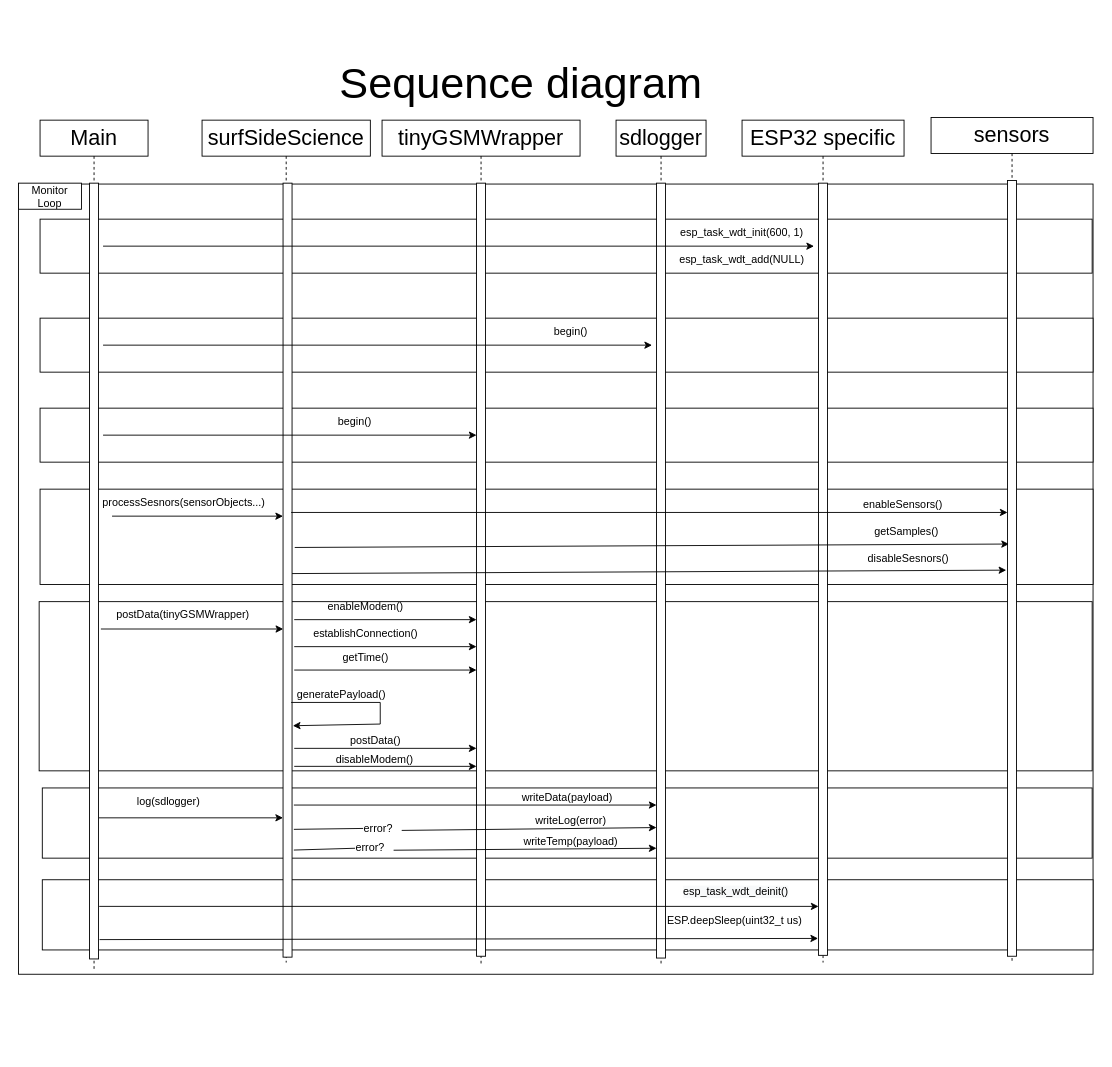
SeanDBrrr/SurfSideScienceSensors keeps this draw.io diagram as page "sequence diagram" (6 of 11) of docs/Software architecture.drawio. Above is the earlier version. Source tidied: cells renumbered, new cells numbered last; positions are measured from the earlier drawing's top-left corner, leaving out a move shared by most shapes. Both pictures are drawn from the tidied source at 90%, with x=0, y=0 at pixel (18, 69).
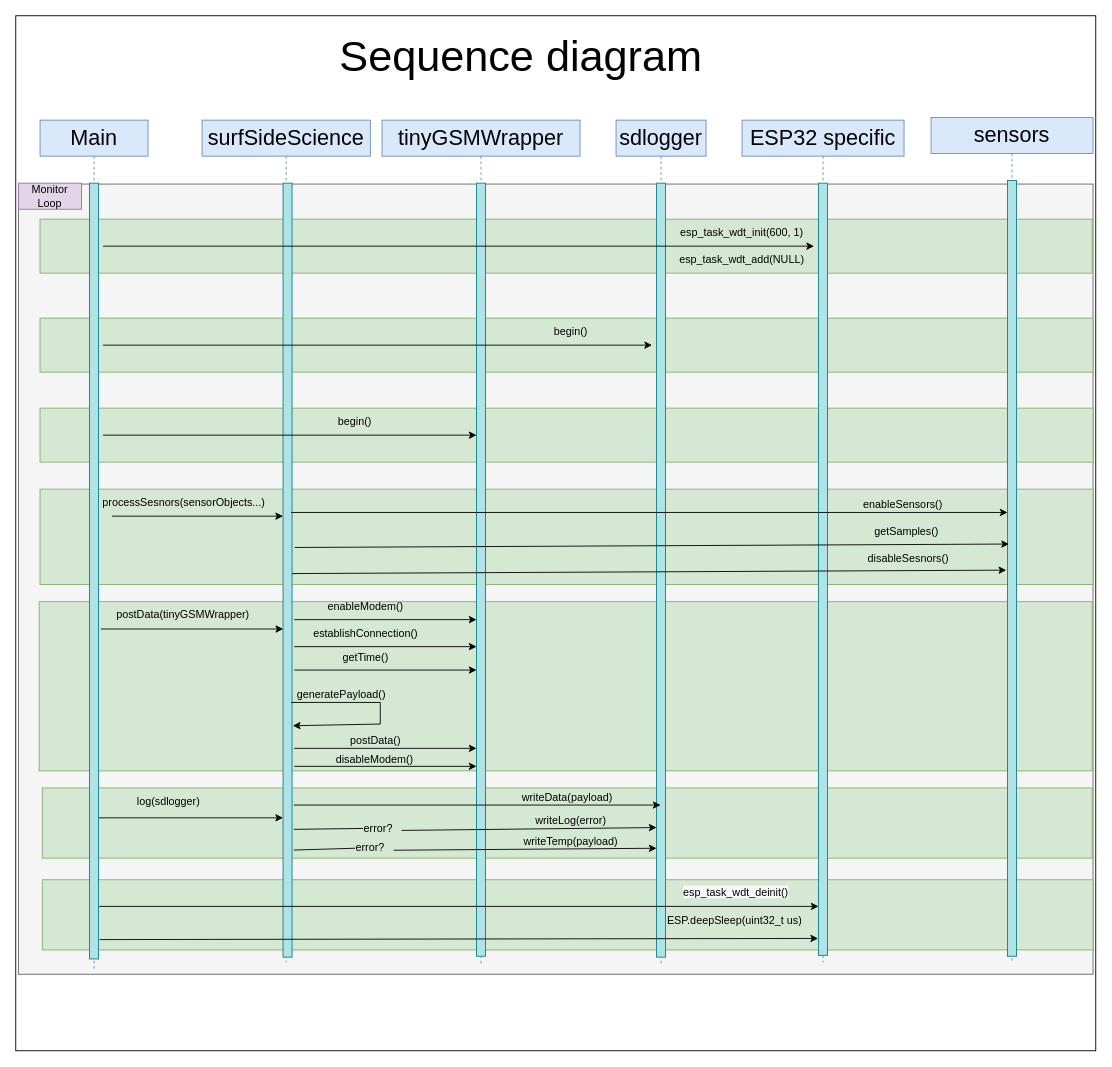
The same diagram, later.

Diff of the diagram source:
```diff
@@
+    <mxCell id="69" style="rounded=0;whiteSpace=wrap;html=1;fontSize=14;" parent="1" vertex="1">
+      <mxGeometry x="-3" y="-60" width="1200" height="1150" as="geometry" />
+    </mxCell>
-    <mxCell id="2" style="rounded=0;whiteSpace=wrap;html=1;" parent="1" vertex="1">
+    <mxCell id="2" style="rounded=0;whiteSpace=wrap;html=1;fillColor=#f5f5f5;strokeColor=#666666;fontColor=#333333;" parent="1" vertex="1">
       <mxGeometry y="127" width="1194" height="878" as="geometry" />
     </mxCell>
-    <mxCell id="3" style="rounded=0;whiteSpace=wrap;html=1;" parent="1" vertex="1">
+    <mxCell id="3" style="rounded=0;whiteSpace=wrap;html=1;fillColor=#d5e8d4;strokeColor=#82b366;" parent="1" vertex="1">
       <mxGeometry x="23" y="591" width="1170" height="188" as="geometry" />
     </mxCell>
-    <mxCell id="4" style="rounded=0;whiteSpace=wrap;html=1;" parent="1" vertex="1">
+    <mxCell id="4" style="rounded=0;whiteSpace=wrap;html=1;fillColor=#d5e8d4;strokeColor=#82b366;" parent="1" vertex="1">
       <mxGeometry x="26.5" y="900" width="1167.5" height="78" as="geometry" />
     </mxCell>
-    <mxCell id="5" style="rounded=0;whiteSpace=wrap;html=1;" parent="1" vertex="1">
+    <mxCell id="5" style="rounded=0;whiteSpace=wrap;html=1;fillColor=#d5e8d4;strokeColor=#82b366;" parent="1" vertex="1">
       <mxGeometry x="26.5" y="798" width="1166.5" height="78" as="geometry" />
     </mxCell>
-    <mxCell id="6" style="rounded=0;whiteSpace=wrap;html=1;" parent="1" vertex="1">
+    <mxCell id="6" style="rounded=0;whiteSpace=wrap;html=1;fillColor=#d5e8d4;strokeColor=#82b366;" parent="1" vertex="1">
       <mxGeometry x="24" y="466" width="1170" height="106" as="geometry" />
     </mxCell>
-    <mxCell id="7" style="rounded=0;whiteSpace=wrap;html=1;" parent="1" vertex="1">
+    <mxCell id="7" style="rounded=0;whiteSpace=wrap;html=1;fillColor=#d5e8d4;strokeColor=#82b366;" parent="1" vertex="1">
       <mxGeometry x="24" y="376" width="1170" height="60" as="geometry" />
     </mxCell>
-    <mxCell id="8" style="rounded=0;whiteSpace=wrap;html=1;" parent="1" vertex="1">
+    <mxCell id="8" style="rounded=0;whiteSpace=wrap;html=1;fillColor=#d5e8d4;strokeColor=#82b366;" parent="1" vertex="1">
       <mxGeometry x="24" y="276" width="1170" height="60" as="geometry" />
     </mxCell>
-    <mxCell id="9" style="rounded=0;whiteSpace=wrap;html=1;" parent="1" vertex="1">
+    <mxCell id="9" style="rounded=0;whiteSpace=wrap;html=1;fillColor=#d5e8d4;strokeColor=#82b366;" parent="1" vertex="1">
       <mxGeometry x="24" y="166" width="1169" height="60" as="geometry" />
     </mxCell>
-    <mxCell id="10" value="Main" style="shape=umlLifeline;perimeter=lifelinePerimeter;whiteSpace=wrap;html=1;fontSize=24;fillColor=#FFFFFF;" parent="1" vertex="1">
+    <mxCell id="10" value="Main" style="shape=umlLifeline;perimeter=lifelinePerimeter;whiteSpace=wrap;html=1;fontSize=24;fillColor=#dae8fc;strokeColor=#6c8ebf;" parent="1" vertex="1">
       <mxGeometry x="24" y="56" width="120" height="943" as="geometry" />
     </mxCell>
-    <mxCell id="11" style="html=1;perimeter=orthogonalPerimeter;fontSize=24;fillColor=#FFFFFF;" parent="10" vertex="1">
+    <mxCell id="11" style="html=1;perimeter=orthogonalPerimeter;fontSize=24;fillColor=#b0e3e6;strokeColor=#0e8088;" parent="10" vertex="1">
       <mxGeometry x="55" y="70" width="10" height="862" as="geometry" />
     </mxCell>
-    <mxCell id="12" value="surfSideScience" style="shape=umlLifeline;perimeter=lifelinePerimeter;whiteSpace=wrap;html=1;fontSize=24;fillColor=#FFFFFF;" parent="1" vertex="1">
+    <mxCell id="12" value="surfSideScience" style="shape=umlLifeline;perimeter=lifelinePerimeter;whiteSpace=wrap;html=1;fontSize=24;fillColor=#dae8fc;strokeColor=#6c8ebf;" parent="1" vertex="1">
       <mxGeometry x="204" y="56" width="187" height="936" as="geometry" />
     </mxCell>
-    <mxCell id="13" style="html=1;points=[];perimeter=orthogonalPerimeter;fontSize=24;fillColor=#FFFFFF;" parent="12" vertex="1">
+    <mxCell id="13" style="html=1;points=[];perimeter=orthogonalPerimeter;fontSize=24;fillColor=#b0e3e6;strokeColor=#0e8088;" parent="12" vertex="1">
       <mxGeometry x="90" y="70" width="10" height="860" as="geometry" />
     </mxCell>
@@
-    <mxCell id="15" value="tinyGSMWrapper" style="shape=umlLifeline;perimeter=lifelinePerimeter;whiteSpace=wrap;html=1;fontSize=24;fillColor=#FFFFFF;" parent="1" vertex="1">
+    <mxCell id="15" value="tinyGSMWrapper" style="shape=umlLifeline;perimeter=lifelinePerimeter;whiteSpace=wrap;html=1;fontSize=24;fillColor=#dae8fc;strokeColor=#6c8ebf;" parent="1" vertex="1">
       <mxGeometry x="404" y="56" width="220" height="940" as="geometry" />
     </mxCell>
-    <mxCell id="16" style="html=1;points=[];perimeter=orthogonalPerimeter;fontSize=24;fillColor=#FFFFFF;" parent="15" vertex="1">
+    <mxCell id="16" style="html=1;points=[];perimeter=orthogonalPerimeter;fontSize=24;fillColor=#b0e3e6;strokeColor=#0e8088;" parent="15" vertex="1">
       <mxGeometry x="105" y="70" width="10" height="859" as="geometry" />
     </mxCell>
@@
-    <mxCell id="23" value="sdlogger" style="shape=umlLifeline;perimeter=lifelinePerimeter;whiteSpace=wrap;html=1;outlineConnect=0;fontSize=24;fillColor=#FFFFFF;" parent="1" vertex="1">
+    <mxCell id="23" value="sdlogger" style="shape=umlLifeline;perimeter=lifelinePerimeter;whiteSpace=wrap;html=1;outlineConnect=0;fontSize=24;fillColor=#dae8fc;strokeColor=#6c8ebf;" parent="1" vertex="1">
       <mxGeometry x="664" y="56" width="100" height="939" as="geometry" />
     </mxCell>
-    <mxCell id="24" style="html=1;points=[];perimeter=orthogonalPerimeter;fontSize=24;fillColor=#FFFFFF;" parent="23" vertex="1">
-      <mxGeometry x="45" y="70" width="10" height="861" as="geometry" />
+    <mxCell id="24" style="html=1;points=[];perimeter=orthogonalPerimeter;fontSize=24;fillColor=#b0e3e6;strokeColor=#0e8088;" parent="23" vertex="1">
+      <mxGeometry x="45" y="70" width="10" height="860" as="geometry" />
     </mxCell>
-    <mxCell id="25" value="ESP32 specific" style="shape=umlLifeline;perimeter=lifelinePerimeter;whiteSpace=wrap;html=1;fontSize=24;fillColor=#FFFFFF;" parent="1" vertex="1">
+    <mxCell id="25" value="ESP32 specific" style="shape=umlLifeline;perimeter=lifelinePerimeter;whiteSpace=wrap;html=1;fontSize=24;fillColor=#dae8fc;strokeColor=#6c8ebf;" parent="1" vertex="1">
       <mxGeometry x="804" y="56" width="180" height="936" as="geometry" />
     </mxCell>
-    <mxCell id="26" style="html=1;perimeter=orthogonalPerimeter;fontSize=24;fillColor=#FFFFFF;" parent="25" vertex="1">
+    <mxCell id="26" style="html=1;perimeter=orthogonalPerimeter;fontSize=24;fillColor=#b0e3e6;strokeColor=#0e8088;" parent="25" vertex="1">
       <mxGeometry x="85" y="70" width="10" height="858" as="geometry" />
     </mxCell>
@@
-    <mxCell id="43" value="Monitor Loop" style="rounded=0;whiteSpace=wrap;html=1;" parent="1" vertex="1">
+    <mxCell id="43" value="Monitor Loop" style="rounded=0;whiteSpace=wrap;html=1;fillColor=#e1d5e7;strokeColor=#9673a6;" parent="1" vertex="1">
       <mxGeometry y="126" width="70" height="29" as="geometry" />
     </mxCell>
-    <mxCell id="44" value="sensors" style="shape=umlLifeline;perimeter=lifelinePerimeter;whiteSpace=wrap;html=1;fontSize=24;fillColor=#FFFFFF;" parent="1" vertex="1">
+    <mxCell id="44" value="sensors" style="shape=umlLifeline;perimeter=lifelinePerimeter;whiteSpace=wrap;html=1;fontSize=24;fillColor=#dae8fc;strokeColor=#6c8ebf;" parent="1" vertex="1">
       <mxGeometry x="1014" y="53" width="180" height="938" as="geometry" />
     </mxCell>
-    <mxCell id="45" style="html=1;perimeter=orthogonalPerimeter;fontSize=24;fillColor=#FFFFFF;" parent="44" vertex="1">
+    <mxCell id="45" style="html=1;perimeter=orthogonalPerimeter;fontSize=24;fillColor=#b0e3e6;strokeColor=#0e8088;" parent="44" vertex="1">
       <mxGeometry x="85" y="70" width="10" height="862" as="geometry" />
     </mxCell>
@@
-    <mxCell id="58" style="endArrow=classic;html=1;rounded=0;exitX=1.26;exitY=0.573;exitDx=0;exitDy=0;exitPerimeter=0;" parent="1" edge="1" target="24">
+    <mxCell id="58" style="endArrow=classic;html=1;rounded=0;exitX=1.26;exitY=0.573;exitDx=0;exitDy=0;exitPerimeter=0;" parent="1" edge="1" target="23">
       <mxGeometry relative="1" as="geometry">
         <mxPoint x="306" y="817" as="sourcePoint" />
       </mxGeometry>
     </mxCell>
@@
     <mxCell id="68" value="&lt;font style=&quot;font-size: 48px;&quot;&gt;Sequence diagram&lt;/font&gt;" style="text;html=1;strokeColor=none;fillColor=none;align=center;verticalAlign=middle;whiteSpace=wrap;rounded=0;fontSize=36;" parent="1" vertex="1">
-      <mxGeometry x="177" width="763" height="30" as="geometry" />
+      <mxGeometry x="177" y="-30" width="763" height="30" as="geometry" />
     </mxCell>
```
